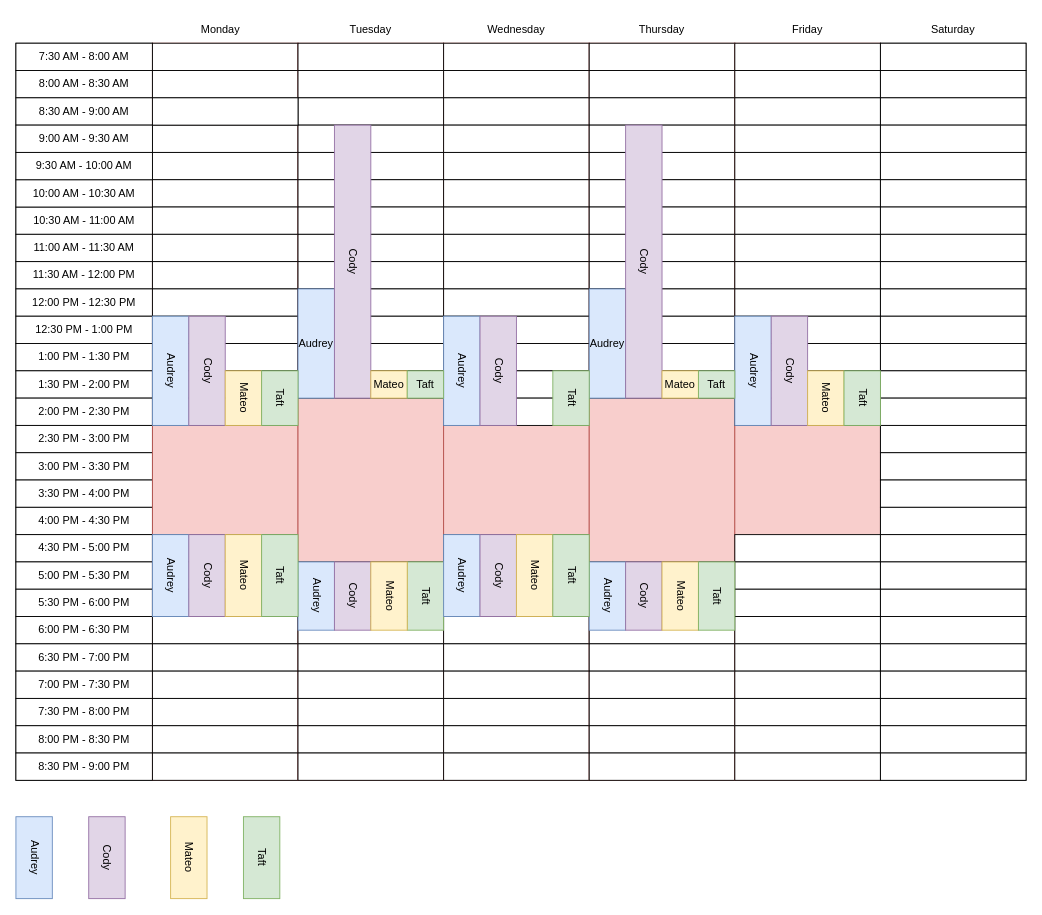
Above: notion/_availability.drawio in MateoTomaszeuski/Spring2025-FinalProject (draw.io), before the change. Source tidied: cells renumbered, new cells numbered last; positions are measured from the earlier drawing's top-left corner, leaving out a move shared by most shapes. Both pictures are drawn from the tidied source at 91%, with x=0, y=0 at pixel (15, 15).
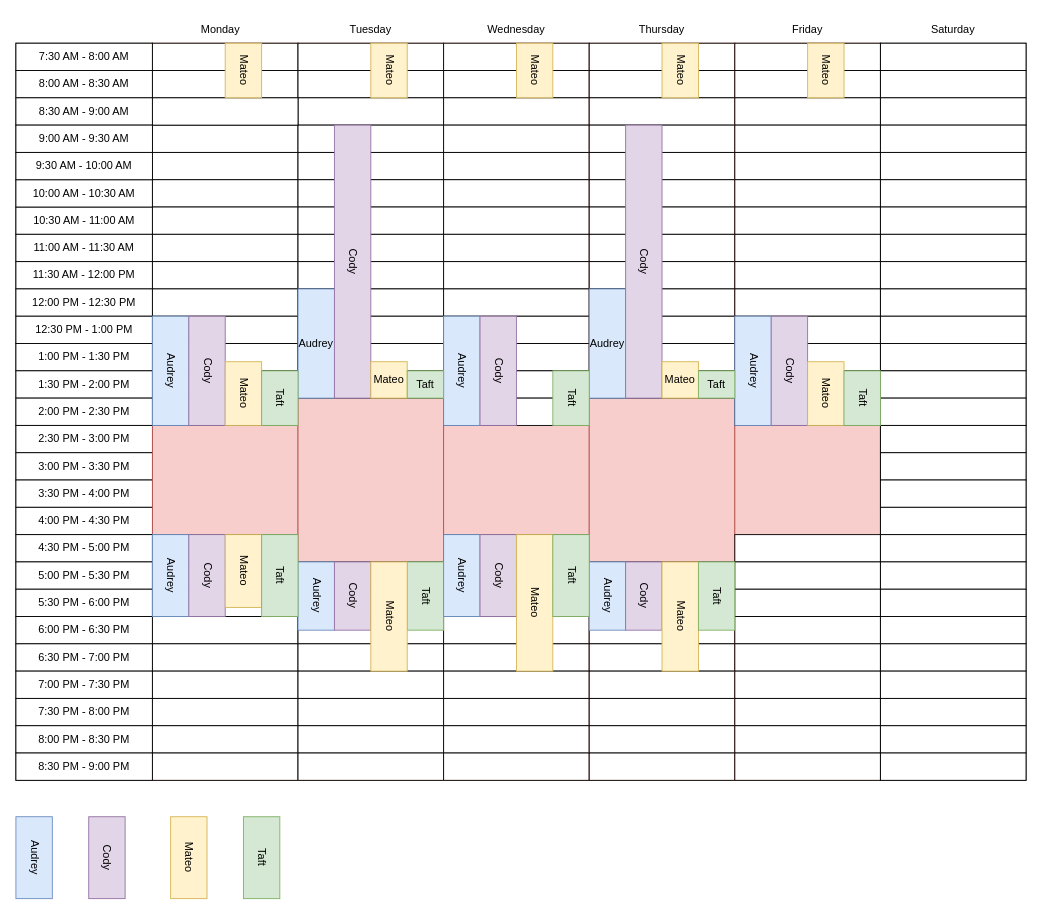
The same diagram, later.

Commit message:
Mateo Availability

What changed in the source:
```diff
@@
     <mxCell id="195" value="Mateo" style="rounded=0;whiteSpace=wrap;html=1;textDirection=vertical-lr;fillColor=#fff2cc;strokeColor=#d6b656;" parent="1" vertex="1">
-      <mxGeometry x="230" y="570" width="40" height="90" as="geometry" />
+      <mxGeometry x="230" y="570" width="40" height="80" as="geometry" />
     </mxCell>
     <mxCell id="196" value="Mateo" style="rounded=0;whiteSpace=wrap;html=1;textDirection=vertical-lr;fillColor=#fff2cc;strokeColor=#d6b656;" parent="1" vertex="1">
-      <mxGeometry x="550" y="570" width="40" height="90" as="geometry" />
+      <mxGeometry x="550" y="570" width="40" height="150" as="geometry" />
     </mxCell>
@@
     <mxCell id="204" value="Mateo" style="rounded=0;whiteSpace=wrap;html=1;textDirection=vertical-lr;fillColor=#fff2cc;strokeColor=#d6b656;" parent="1" vertex="1">
-      <mxGeometry x="230" y="390" width="40" height="60" as="geometry" />
+      <mxGeometry x="230" y="380" width="40" height="70" as="geometry" />
     </mxCell>
     <mxCell id="205" value="Mateo" style="rounded=0;whiteSpace=wrap;html=1;textDirection=vertical-lr;fillColor=#fff2cc;strokeColor=#d6b656;" parent="1" vertex="1">
-      <mxGeometry x="870" y="390" width="40" height="60" as="geometry" />
+      <mxGeometry x="870" y="380" width="40" height="70" as="geometry" />
     </mxCell>
@@
     <mxCell id="208" value="Mateo" style="rounded=0;whiteSpace=wrap;html=1;textDirection=vertical-lr;fillColor=#fff2cc;strokeColor=#d6b656;" parent="1" vertex="1">
-      <mxGeometry x="390" y="600" width="40" height="75" as="geometry" />
+      <mxGeometry x="390" y="600" width="40" height="120" as="geometry" />
     </mxCell>
     <mxCell id="209" value="Mateo" style="rounded=0;whiteSpace=wrap;html=1;textDirection=vertical-lr;fillColor=#fff2cc;strokeColor=#d6b656;" parent="1" vertex="1">
-      <mxGeometry x="710" y="600" width="40" height="75" as="geometry" />
+      <mxGeometry x="710" y="600" width="40" height="120" as="geometry" />
     </mxCell>
     <mxCell id="210" value="Mateo" style="rounded=0;whiteSpace=wrap;html=1;fillColor=#fff2cc;strokeColor=#d6b656;" parent="1" vertex="1">
-      <mxGeometry x="390" y="390" width="40" height="30" as="geometry" />
+      <mxGeometry x="390" y="380" width="40" height="40" as="geometry" />
     </mxCell>
     <mxCell id="211" value="Mateo" style="rounded=0;whiteSpace=wrap;html=1;fillColor=#fff2cc;strokeColor=#d6b656;" parent="1" vertex="1">
-      <mxGeometry x="710" y="390" width="40" height="30" as="geometry" />
+      <mxGeometry x="710" y="380" width="40" height="40" as="geometry" />
     </mxCell>
@@
+    <mxCell id="219" value="Mateo" style="rounded=0;whiteSpace=wrap;html=1;textDirection=vertical-lr;fillColor=#fff2cc;strokeColor=#d6b656;" parent="1" vertex="1">
+      <mxGeometry x="230" y="30" width="40" height="60" as="geometry" />
+    </mxCell>
+    <mxCell id="220" value="Mateo" style="rounded=0;whiteSpace=wrap;html=1;textDirection=vertical-lr;fillColor=#fff2cc;strokeColor=#d6b656;" parent="1" vertex="1">
+      <mxGeometry x="550" y="30" width="40" height="60" as="geometry" />
+    </mxCell>
+    <mxCell id="221" value="Mateo" style="rounded=0;whiteSpace=wrap;html=1;textDirection=vertical-lr;fillColor=#fff2cc;strokeColor=#d6b656;" parent="1" vertex="1">
+      <mxGeometry x="870" y="30" width="40" height="60" as="geometry" />
+    </mxCell>
+    <mxCell id="222" value="Mateo" style="rounded=0;whiteSpace=wrap;html=1;textDirection=vertical-lr;fillColor=#fff2cc;strokeColor=#d6b656;" parent="1" vertex="1">
+      <mxGeometry x="390" y="30" width="40" height="60" as="geometry" />
+    </mxCell>
+    <mxCell id="223" value="Mateo" style="rounded=0;whiteSpace=wrap;html=1;textDirection=vertical-lr;fillColor=#fff2cc;strokeColor=#d6b656;" parent="1" vertex="1">
+      <mxGeometry x="710" y="30" width="40" height="60" as="geometry" />
+    </mxCell>
```
